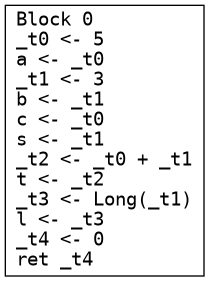
This is main.png from seanchuck/compiler-s25, a Graphviz export, as it was before one commit. Its source is kept beside it as main.dot.
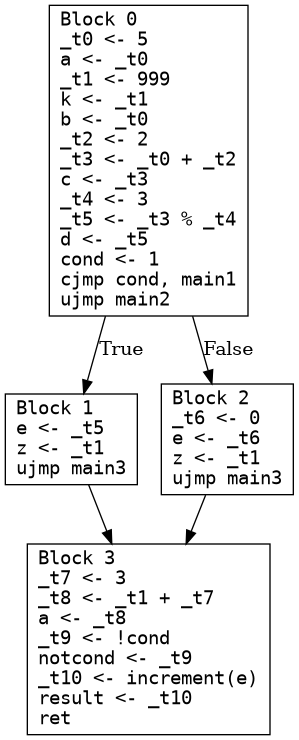
The same file after the commit.

Diff of the diagram source:
```diff
@@ -1,4 +1,11 @@
 digraph CFG {
   node [shape=box fontname="monospace"];
-  0 [label="Block 0\l_t0 <- 5\la <- _t0\l_t1 <- 3\lb <- _t1\lc <- _t0\ls <- _t1\l_t2 <- _t0 + _t1\lt <- _t2\l_t3 <- Long(_t1)\ll <- _t3\l_t4 <- 0\lret _t4\l"];
+  0 [label="Block 0\l_t0 <- 5\la <- _t0\l_t1 <- 999\lk <- _t1\lb <- _t0\l_t2 <- 2\l_t3 <- _t0 + _t2\lc <- _t3\l_t4 <- 3\l_t5 <- _t3 % _t4\ld <- _t5\lcond <- 1\lcjmp cond, main1\lujmp main2\l"];
+  1 [label="Block 1\le <- _t5\lz <- _t1\lujmp main3\l"];
+  2 [label="Block 2\l_t6 <- 0\le <- _t6\lz <- _t1\lujmp main3\l"];
+  3 [label="Block 3\l_t7 <- 3\l_t8 <- _t1 + _t7\la <- _t8\l_t9 <- !cond\lnotcond <- _t9\l_t10 <- increment(e)\lresult <- _t10\lret\l"];
+  0 -> 2 [label="False"];
+  0 -> 1 [label="True"];
+  1 -> 3 [label=""];
+  2 -> 3 [label=""];
 }
```
